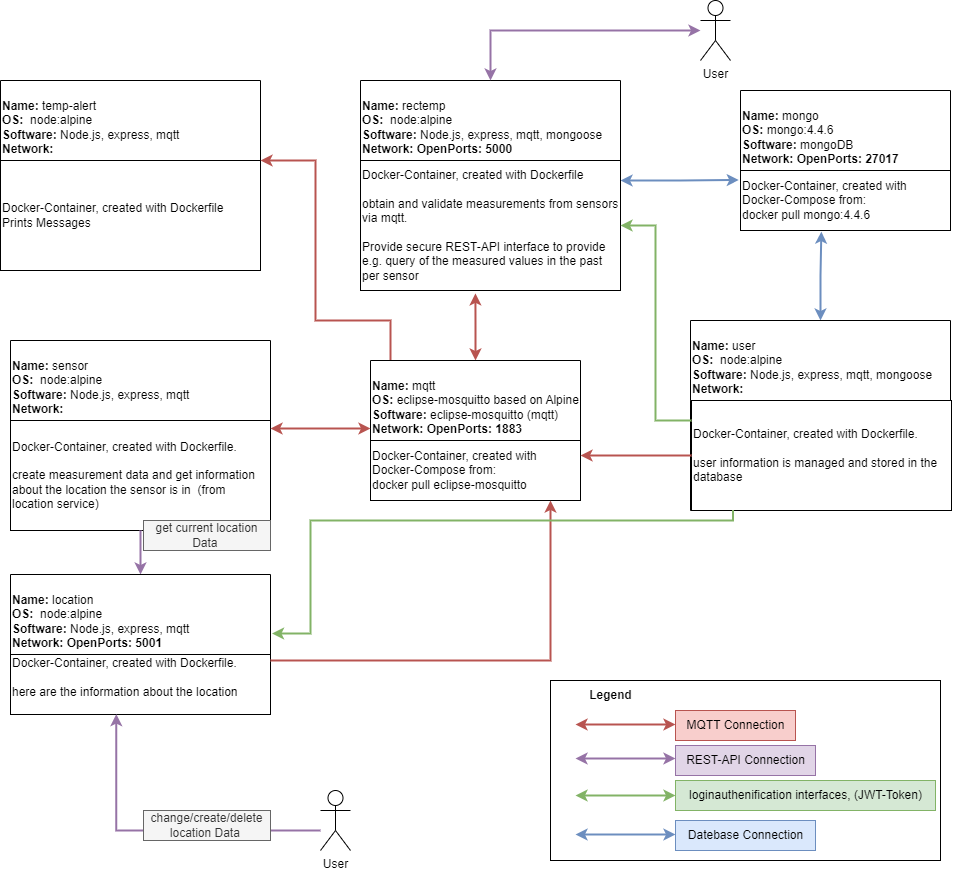
This is ABGABE/deployment-model.png from tomisboy/dhbw-microservices, a draw.io export, as it was before one commit. Source tidied: cells renumbered, new cells last; positions are measured from the earlier drawing's top-left corner, leaving out a move shared by most shapes.
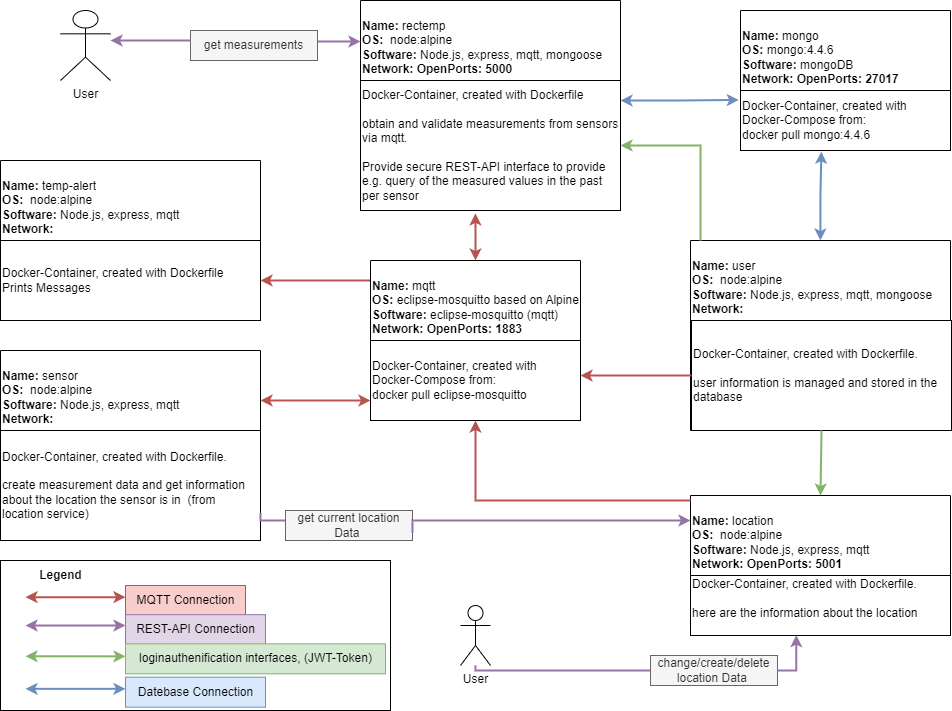
After the change.

Change to the diagram source:
```diff
@@ -14,3 +14,3 @@
     <mxCell id="5" value="&lt;br&gt;Name:&lt;span style=&quot;font-weight: normal;&quot;&gt;&#9;&lt;span style=&quot;&quot;&gt;&#9;&lt;/span&gt;&lt;/span&gt;&lt;span style=&quot;font-weight: normal;&quot;&gt;sensor&lt;/span&gt;&lt;br&gt;&lt;span style=&quot;text-align: center;&quot;&gt;OS:&lt;/span&gt;&lt;span style=&quot;text-align: center;&quot;&gt;&amp;nbsp;&lt;span style=&quot;font-weight: 400;&quot;&gt;&#9;&lt;span style=&quot;&quot;&gt;&#9;&lt;/span&gt;&lt;/span&gt;&lt;span style=&quot;font-weight: 400;&quot;&gt;&#9;&lt;/span&gt;&lt;span style=&quot;font-weight: 400;&quot;&gt;node:alpine&lt;/span&gt;&lt;br&gt;&lt;/span&gt;Software:&lt;span style=&quot;&quot;&gt;&#9;&lt;/span&gt;&lt;span style=&quot;font-weight: normal;&quot;&gt;Node.js, express, mqtt&amp;nbsp;&lt;br&gt;&lt;/span&gt;Network:&lt;span style=&quot;&quot;&gt;&#9;&lt;/span&gt;" style="swimlane;whiteSpace=wrap;html=1;startSize=80;align=left;" parent="1" vertex="1">
-      <mxGeometry x="10" y="340" width="260" height="190" as="geometry" />
+      <mxGeometry y="430" width="260" height="190" as="geometry" />
     </mxCell>
@@ -19,10 +19,11 @@
     </mxCell>
-    <mxCell id="7" value="get current location Data&amp;nbsp;" style="text;html=1;strokeColor=#666666;fillColor=#f5f5f5;align=center;verticalAlign=middle;whiteSpace=wrap;rounded=0;fontColor=#333333;" parent="5" vertex="1">
-      <mxGeometry x="133" y="180" width="127" height="30" as="geometry" />
-    </mxCell>
-    <mxCell id="8" style="edgeStyle=orthogonalEdgeStyle;rounded=0;jettySize=auto;html=1;entryX=0.5;entryY=1;entryDx=0;entryDy=0;startArrow=classic;startFill=1;endArrow=none;endFill=0;strokeWidth=2;fillColor=#e1d5e7;strokeColor=#9673a6;" parent="1" edge="1" source="9" target="6">
-      <mxGeometry relative="1" as="geometry" />
+    <mxCell id="8" style="edgeStyle=orthogonalEdgeStyle;rounded=0;jettySize=auto;html=1;entryX=1;entryY=0.75;entryDx=0;entryDy=0;startArrow=none;startFill=1;endArrow=none;endFill=0;strokeWidth=2;fillColor=#e1d5e7;strokeColor=#9673a6;" parent="1" edge="1" source="7" target="6">
+      <mxGeometry relative="1" as="geometry">
+        <Array as="points">
+          <mxPoint x="260" y="600" />
+        </Array>
+      </mxGeometry>
     </mxCell>
     <mxCell id="9" value="&lt;br&gt;Name:&lt;span style=&quot;font-weight: normal;&quot;&gt;&#9;&lt;span style=&quot;&quot;&gt;&#9;&lt;/span&gt;&lt;/span&gt;&lt;span style=&quot;font-weight: normal;&quot;&gt;location&lt;/span&gt;&lt;br&gt;&lt;span style=&quot;text-align: center;&quot;&gt;OS:&lt;/span&gt;&lt;span style=&quot;text-align: center;&quot;&gt;&amp;nbsp;&lt;span style=&quot;font-weight: 400;&quot;&gt;&#9;&lt;span style=&quot;&quot;&gt;&#9;&lt;/span&gt;&lt;/span&gt;&lt;span style=&quot;font-weight: 400;&quot;&gt;&#9;&lt;/span&gt;&lt;span style=&quot;font-weight: 400;&quot;&gt;node:alpine&lt;/span&gt;&lt;br&gt;&lt;/span&gt;Software:&lt;span style=&quot;&quot;&gt;&#9;&lt;/span&gt;&lt;span style=&quot;font-weight: normal;&quot;&gt;Node.js, express, mqtt&amp;nbsp;&lt;br&gt;&lt;/span&gt;Network:&amp;nbsp;&lt;span style=&quot;&quot;&gt;&lt;/span&gt;OpenPorts: 5001" style="swimlane;whiteSpace=wrap;html=1;startSize=80;align=left;" parent="1" vertex="1">
-      <mxGeometry x="10" y="574" width="260" height="140" as="geometry" />
+      <mxGeometry x="690" y="575" width="260" height="140" as="geometry" />
     </mxCell>
@@ -41,12 +42,12 @@
     <mxCell id="14" value="&lt;br&gt;Name:&lt;span style=&quot;font-weight: normal;&quot;&gt;&#9;&lt;span style=&quot;&quot;&gt;&#9;&lt;/span&gt;&lt;/span&gt;&lt;span style=&quot;font-weight: normal;&quot;&gt;temp-alert&lt;/span&gt;&lt;br&gt;&lt;span style=&quot;text-align: center;&quot;&gt;OS:&lt;/span&gt;&lt;span style=&quot;text-align: center;&quot;&gt;&amp;nbsp;&lt;span style=&quot;font-weight: 400;&quot;&gt;&#9;&lt;span style=&quot;&quot;&gt;&#9;&lt;/span&gt;&lt;/span&gt;&lt;span style=&quot;font-weight: 400;&quot;&gt;&#9;&lt;/span&gt;&lt;span style=&quot;font-weight: 400;&quot;&gt;node:alpine&lt;/span&gt;&lt;br&gt;&lt;/span&gt;Software:&lt;span style=&quot;&quot;&gt;&#9;&lt;/span&gt;&lt;span style=&quot;font-weight: normal;&quot;&gt;Node.js, express, mqtt&lt;br&gt;&lt;/span&gt;Network:&lt;span style=&quot;&quot;&gt;&#9;&lt;/span&gt;" style="swimlane;whiteSpace=wrap;html=1;startSize=80;align=left;" parent="1" vertex="1">
-      <mxGeometry y="80" width="260" height="190" as="geometry" />
+      <mxGeometry y="240" width="260" height="160" as="geometry" />
     </mxCell>
     <mxCell id="15" value="Docker-Container, created with Dockerfile&lt;br&gt;Prints Messages" style="rounded=0;whiteSpace=wrap;html=1;align=left;" parent="14" vertex="1">
-      <mxGeometry y="80" width="260" height="110" as="geometry" />
+      <mxGeometry y="80" width="260" height="80" as="geometry" />
     </mxCell>
-    <mxCell id="16" style="edgeStyle=orthogonalEdgeStyle;rounded=0;jettySize=auto;html=1;entryX=1;entryY=0.5;entryDx=0;entryDy=0;strokeWidth=2;fillColor=#d5e8d4;strokeColor=#82b366;" parent="1" edge="1" source="13" target="4">
+    <mxCell id="16" style="edgeStyle=orthogonalEdgeStyle;rounded=0;jettySize=auto;html=1;entryX=1;entryY=0.5;entryDx=0;entryDy=0;strokeWidth=2;fillColor=#d5e8d4;strokeColor=#82b366;" parent="1" edge="1" target="4">
       <mxGeometry relative="1" as="geometry">
+        <mxPoint x="700" y="320" as="sourcePoint" />
         <Array as="points">
-          <mxPoint x="655" y="420" />
-          <mxPoint x="655" y="225" />
+          <mxPoint x="700" y="225" />
         </Array>
@@ -54,8 +55,7 @@
     </mxCell>
-    <mxCell id="17" style="edgeStyle=orthogonalEdgeStyle;rounded=0;jettySize=auto;html=1;entryX=1;entryY=0;entryDx=0;entryDy=0;strokeWidth=2;startArrow=none;startFill=0;endArrow=classic;endFill=1;fillColor=#f8cecc;strokeColor=#b85450;" parent="1" edge="1" source="19" target="15">
+    <mxCell id="17" style="edgeStyle=orthogonalEdgeStyle;rounded=0;jettySize=auto;html=1;strokeWidth=2;startArrow=none;startFill=0;endArrow=classic;endFill=1;fillColor=#f8cecc;strokeColor=#b85450;" parent="1" edge="1" source="19">
       <mxGeometry relative="1" as="geometry">
+        <mxPoint x="260" y="360" as="targetPoint" />
         <Array as="points">
-          <mxPoint x="390" y="320" />
-          <mxPoint x="315" y="320" />
-          <mxPoint x="315" y="160" />
+          <mxPoint x="260" y="360" />
         </Array>
@@ -67,6 +67,6 @@
     <mxCell id="19" value="&lt;br&gt;Name:&lt;span style=&quot;font-weight: normal;&quot;&gt;&#9;&lt;span style=&quot;&quot;&gt;&#9;&lt;/span&gt;&lt;/span&gt;&lt;span style=&quot;font-weight: normal;&quot;&gt;mqtt&lt;/span&gt;&lt;br&gt;&lt;span style=&quot;text-align: center;&quot;&gt;OS:&lt;/span&gt;&lt;span style=&quot;text-align: center;&quot;&gt;&amp;nbsp;&lt;span style=&quot;font-weight: 400;&quot;&gt;eclipse-mosquitto based on Alpine&lt;/span&gt;&lt;br&gt;&lt;/span&gt;Software:&amp;nbsp;&lt;span style=&quot;font-weight: 400; text-align: center;&quot;&gt;eclipse-mosquitto (mqtt)&lt;/span&gt;&lt;span style=&quot;font-weight: normal;&quot;&gt;&lt;br&gt;&lt;/span&gt;Network: OpenPorts: 1883&lt;span style=&quot;&quot;&gt;&lt;/span&gt;" style="swimlane;whiteSpace=wrap;html=1;startSize=80;align=left;" parent="1" vertex="1">
-      <mxGeometry x="370" y="360" width="210" height="135" as="geometry" />
+      <mxGeometry x="370" y="340" width="210" height="160" as="geometry" />
     </mxCell>
     <mxCell id="20" value="Docker-Container, created with Docker-Compose from:&lt;br&gt;docker pull eclipse-mosquitto&lt;br&gt;" style="rounded=0;whiteSpace=wrap;html=1;align=left;" parent="19" vertex="1">
-      <mxGeometry y="80" width="210" height="60" as="geometry" />
+      <mxGeometry y="80" width="210" height="80" as="geometry" />
     </mxCell>
@@ -78,6 +78,6 @@
     </mxCell>
-    <mxCell id="23" style="edgeStyle=orthogonalEdgeStyle;rounded=0;jettySize=auto;html=1;strokeWidth=2;fillColor=#f8cecc;strokeColor=#b85450;" parent="1" edge="1" source="10" target="20">
+    <mxCell id="23" style="edgeStyle=orthogonalEdgeStyle;rounded=0;jettySize=auto;html=1;strokeWidth=2;fillColor=#f8cecc;strokeColor=#b85450;entryX=0.5;entryY=1;entryDx=0;entryDy=0;" parent="1" edge="1" source="9" target="20">
       <mxGeometry relative="1" as="geometry">
         <Array as="points">
-          <mxPoint x="550" y="660" />
+          <mxPoint x="475" y="580" />
         </Array>
@@ -85,7 +85,7 @@
     </mxCell>
-    <mxCell id="24" style="edgeStyle=orthogonalEdgeStyle;rounded=0;jettySize=auto;html=1;startArrow=classic;startFill=1;strokeWidth=2;fillColor=#f8cecc;strokeColor=#b85450;" parent="1" edge="1" source="6" target="19">
+    <mxCell id="24" style="edgeStyle=orthogonalEdgeStyle;rounded=0;jettySize=auto;html=1;startArrow=classic;startFill=1;strokeWidth=2;fillColor=#f8cecc;strokeColor=#b85450;" parent="1" edge="1" target="19">
       <mxGeometry relative="1" as="geometry">
+        <mxPoint x="260" y="480" as="sourcePoint" />
         <Array as="points">
-          <mxPoint x="300" y="428" />
-          <mxPoint x="300" y="428" />
+          <mxPoint x="260" y="480" />
         </Array>
@@ -98,9 +98,40 @@
     </mxCell>
+    <mxCell id="28" style="edgeStyle=orthogonalEdgeStyle;rounded=0;jettySize=auto;html=1;entryX=0;entryY=0.205;entryDx=0;entryDy=0;strokeWidth=2;startArrow=none;startFill=1;endArrow=classic;endFill=1;fillColor=#e1d5e7;strokeColor=#9673a6;entryPerimeter=0;" parent="1" edge="1" source="46" target="3">
+      <mxGeometry relative="1" as="geometry">
+        <Array as="points">
+          <mxPoint x="250" y="121" />
+          <mxPoint x="250" y="121" />
+        </Array>
+      </mxGeometry>
+    </mxCell>
+    <mxCell id="29" value="User" style="shape=umlActor;verticalLabelPosition=bottom;verticalAlign=top;html=1;outlineConnect=0;" parent="1" vertex="1">
+      <mxGeometry x="60" y="90" width="50" height="70" as="geometry" />
+    </mxCell>
+    <mxCell id="32" value="User" style="shape=umlActor;verticalLabelPosition=bottom;verticalAlign=top;html=1;outlineConnect=0;" parent="1" vertex="1">
+      <mxGeometry x="460" y="685" width="30" height="60" as="geometry" />
+    </mxCell>
+    <mxCell id="33" style="edgeStyle=orthogonalEdgeStyle;rounded=0;jettySize=auto;html=1;startArrow=none;startFill=1;endArrow=none;endFill=0;strokeWidth=2;fillColor=#e1d5e7;strokeColor=#9673a6;exitX=0.407;exitY=0.994;exitDx=0;exitDy=0;exitPerimeter=0;" parent="1" edge="1" source="42" target="32">
+      <mxGeometry relative="1" as="geometry">
+        <Array as="points">
+          <mxPoint x="702" y="750" />
+        </Array>
+      </mxGeometry>
+    </mxCell>
+    <mxCell id="35" style="edgeStyle=orthogonalEdgeStyle;rounded=0;jettySize=auto;html=1;entryX=0.5;entryY=0;entryDx=0;entryDy=0;strokeWidth=2;fillColor=#d5e8d4;strokeColor=#82b366;exitX=0.5;exitY=1;exitDx=0;exitDy=0;" parent="1" edge="1" source="13" target="9">
+      <mxGeometry relative="1" as="geometry">
+        <Array as="points">
+          <mxPoint x="820" y="510" />
+        </Array>
+      </mxGeometry>
+    </mxCell>
+    <mxCell id="43" style="group;" parent="1" vertex="1">
+      <mxGeometry y="640" width="390" height="150" as="geometry" />
+    </mxCell>
-    <mxCell id="26" style="edgeStyle=orthogonalEdgeStyle;rounded=0;orthogonalLoop=1;jettySize=auto;html=1;startArrow=classic;startFill=1;strokeWidth=2;fillColor=#f8cecc;strokeColor=#b85450;" parent="1" edge="1">
+    <mxCell id="26" style="edgeStyle=orthogonalEdgeStyle;rounded=0;orthogonalLoop=1;jettySize=auto;html=1;startArrow=classic;startFill=1;strokeWidth=2;fillColor=#f8cecc;strokeColor=#b85450;" parent="43" edge="1">
       <mxGeometry relative="1" as="geometry">
-        <mxPoint x="575" y="724" as="sourcePoint" />
-        <mxPoint x="675" y="724" as="targetPoint" />
+        <mxPoint x="25" y="36.7" as="sourcePoint" />
+        <mxPoint x="125" y="36.7" as="targetPoint" />
         <Array as="points">
-          <mxPoint x="605" y="724" />
-          <mxPoint x="605" y="724" />
+          <mxPoint x="55" y="36.7" />
+          <mxPoint x="55" y="36.7" />
         </Array>
@@ -108,17 +139,11 @@
     </mxCell>
-    <mxCell id="27" value="MQTT Connection" style="text;html=1;align=center;verticalAlign=middle;strokeColor=#b85450;fillColor=#f8cecc;" parent="1" vertex="1">
-      <mxGeometry x="675" y="710" width="120" height="30" as="geometry" />
+    <mxCell id="27" value="MQTT Connection" style="text;html=1;align=center;verticalAlign=middle;strokeColor=#b85450;fillColor=#f8cecc;" parent="43" vertex="1">
+      <mxGeometry x="125" y="25" width="120" height="30" as="geometry" />
     </mxCell>
-    <mxCell id="28" style="edgeStyle=orthogonalEdgeStyle;rounded=0;jettySize=auto;html=1;entryX=0.5;entryY=0;entryDx=0;entryDy=0;strokeWidth=2;startArrow=classic;startFill=1;endArrow=classic;endFill=1;fillColor=#e1d5e7;strokeColor=#9673a6;" parent="1" edge="1" source="29" target="3">
-      <mxGeometry relative="1" as="geometry" />
-    </mxCell>
-    <mxCell id="29" value="User" style="shape=umlActor;verticalLabelPosition=bottom;verticalAlign=top;html=1;outlineConnect=0;" parent="1" vertex="1">
-      <mxGeometry x="700" width="30" height="60" as="geometry" />
-    </mxCell>
-    <mxCell id="30" style="edgeStyle=orthogonalEdgeStyle;rounded=0;orthogonalLoop=1;jettySize=auto;html=1;strokeWidth=2;startArrow=classic;startFill=1;endArrow=classic;endFill=1;fillColor=#e1d5e7;strokeColor=#9673a6;" parent="1" edge="1">
+    <mxCell id="30" style="edgeStyle=orthogonalEdgeStyle;rounded=0;orthogonalLoop=1;jettySize=auto;html=1;strokeWidth=2;startArrow=classic;startFill=1;endArrow=classic;endFill=1;fillColor=#e1d5e7;strokeColor=#9673a6;" parent="43" edge="1">
       <mxGeometry relative="1" as="geometry">
-        <mxPoint x="675" y="758" as="sourcePoint" />
-        <mxPoint x="575" y="758" as="targetPoint" />
+        <mxPoint x="125" y="65" as="sourcePoint" />
+        <mxPoint x="25" y="65" as="targetPoint" />
         <Array as="points">
-          <mxPoint x="575" y="758" />
+          <mxPoint x="25" y="65" />
         </Array>
@@ -126,34 +151,11 @@
     </mxCell>
-    <mxCell id="31" value="REST-API Connection" style="text;html=1;align=center;verticalAlign=middle;strokeColor=#9673a6;fillColor=#e1d5e7;" parent="1" vertex="1">
-      <mxGeometry x="675" y="745" width="140" height="30" as="geometry" />
+    <mxCell id="31" value="REST-API Connection" style="text;html=1;align=center;verticalAlign=middle;strokeColor=#9673a6;fillColor=#e1d5e7;" parent="43" vertex="1">
+      <mxGeometry x="125" y="54.2" width="140" height="30" as="geometry" />
     </mxCell>
-    <mxCell id="32" value="User" style="shape=umlActor;verticalLabelPosition=bottom;verticalAlign=top;html=1;outlineConnect=0;" parent="1" vertex="1">
-      <mxGeometry x="320" y="790" width="30" height="60" as="geometry" />
-    </mxCell>
-    <mxCell id="33" style="edgeStyle=orthogonalEdgeStyle;rounded=0;jettySize=auto;html=1;startArrow=classic;startFill=1;endArrow=none;endFill=0;strokeWidth=2;fillColor=#e1d5e7;strokeColor=#9673a6;exitX=0.407;exitY=0.994;exitDx=0;exitDy=0;exitPerimeter=0;" parent="1" edge="1" source="10" target="32">
-      <mxGeometry relative="1" as="geometry">
-        <Array as="points">
-          <mxPoint x="116" y="830" />
-        </Array>
-      </mxGeometry>
-    </mxCell>
-    <mxCell id="34" value="Text" style="edgeLabel;html=1;align=center;verticalAlign=middle;" parent="33" vertex="1">
-      <mxGeometry x="0.17" relative="1" as="geometry" />
-    </mxCell>
-    <mxCell id="35" style="edgeStyle=orthogonalEdgeStyle;rounded=0;jettySize=auto;html=1;entryX=1.006;entryY=0.424;entryDx=0;entryDy=0;strokeWidth=2;fillColor=#d5e8d4;strokeColor=#82b366;entryPerimeter=0;exitX=0.16;exitY=0.995;exitDx=0;exitDy=0;exitPerimeter=0;" parent="1" edge="1" source="13" target="9">
-      <mxGeometry relative="1" as="geometry">
-        <Array as="points">
-          <mxPoint x="733" y="520" />
-          <mxPoint x="310" y="520" />
-          <mxPoint x="310" y="633" />
-          <mxPoint x="272" y="633" />
-        </Array>
-      </mxGeometry>
-    </mxCell>
-    <mxCell id="36" style="edgeStyle=orthogonalEdgeStyle;rounded=0;orthogonalLoop=1;jettySize=auto;html=1;strokeWidth=2;startArrow=classic;startFill=1;endArrow=classic;endFill=1;fillColor=#d5e8d4;strokeColor=#82b366;" parent="1" edge="1">
+    <mxCell id="36" style="edgeStyle=orthogonalEdgeStyle;rounded=0;orthogonalLoop=1;jettySize=auto;html=1;strokeWidth=2;startArrow=classic;startFill=1;endArrow=classic;endFill=1;fillColor=#d5e8d4;strokeColor=#82b366;" parent="43" edge="1">
       <mxGeometry relative="1" as="geometry">
-        <mxPoint x="675" y="795" as="sourcePoint" />
-        <mxPoint x="575" y="795" as="targetPoint" />
+        <mxPoint x="125" y="95.8" as="sourcePoint" />
+        <mxPoint x="25" y="95.8" as="targetPoint" />
         <Array as="points">
-          <mxPoint x="575" y="795" />
+          <mxPoint x="25" y="95.8" />
         </Array>
@@ -161,23 +163,51 @@
     </mxCell>
-    <mxCell id="37" value="loginauthenification interfaces, (JWT-Token)" style="text;html=1;align=center;verticalAlign=middle;strokeColor=#82b366;fillColor=#d5e8d4;" parent="1" vertex="1">
-      <mxGeometry x="675" y="780" width="260" height="30" as="geometry" />
+    <mxCell id="37" value="loginauthenification interfaces, (JWT-Token)" style="text;html=1;align=center;verticalAlign=middle;strokeColor=#82b366;fillColor=#d5e8d4;" parent="43" vertex="1">
+      <mxGeometry x="125" y="83.3" width="260" height="30" as="geometry" />
     </mxCell>
-    <mxCell id="38" style="edgeStyle=orthogonalEdgeStyle;rounded=0;orthogonalLoop=1;jettySize=auto;html=1;strokeWidth=2;startArrow=classic;startFill=1;endArrow=classic;endFill=1;fillColor=#dae8fc;strokeColor=#6c8ebf;" parent="1" edge="1">
+    <mxCell id="38" style="edgeStyle=orthogonalEdgeStyle;rounded=0;orthogonalLoop=1;jettySize=auto;html=1;strokeWidth=2;startArrow=classic;startFill=1;endArrow=classic;endFill=1;fillColor=#dae8fc;strokeColor=#6c8ebf;" parent="43" edge="1">
       <mxGeometry relative="1" as="geometry">
-        <mxPoint x="575" y="834" as="sourcePoint" />
-        <mxPoint x="675" y="834" as="targetPoint" />
+        <mxPoint x="25" y="128.3" as="sourcePoint" />
+        <mxPoint x="125" y="128.3" as="targetPoint" />
       </mxGeometry>
     </mxCell>
-    <mxCell id="39" value="Datebase Connection" style="text;html=1;align=center;verticalAlign=middle;strokeColor=#6c8ebf;fillColor=#dae8fc;" parent="1" vertex="1">
-      <mxGeometry x="675" y="820" width="140" height="30" as="geometry" />
+    <mxCell id="39" value="Datebase Connection" style="text;html=1;align=center;verticalAlign=middle;strokeColor=#6c8ebf;fillColor=#dae8fc;" parent="43" vertex="1">
+      <mxGeometry x="125" y="116.7" width="140" height="30" as="geometry" />
     </mxCell>
-    <mxCell id="40" style="rounded=0;whiteSpace=wrap;html=1;gradientColor=none;fillColor=none;" parent="1" vertex="1">
-      <mxGeometry x="550" y="680" width="390" height="180" as="geometry" />
+    <mxCell id="40" style="rounded=0;whiteSpace=wrap;html=1;gradientColor=none;fillColor=none;" parent="43" vertex="1">
+      <mxGeometry width="390" height="150" as="geometry" />
     </mxCell>
-    <mxCell id="41" value="&lt;b&gt;Legend&lt;/b&gt;" style="text;html=1;align=center;verticalAlign=middle;strokeColor=none;fillColor=none;" parent="1" vertex="1">
-      <mxGeometry x="575" y="680" width="70" height="30" as="geometry" />
+    <mxCell id="41" value="&lt;b&gt;Legend&lt;/b&gt;" style="text;html=1;align=center;verticalAlign=middle;strokeColor=none;fillColor=none;" parent="43" vertex="1">
+      <mxGeometry x="25" width="70" height="30" as="geometry" />
     </mxCell>
     <mxCell id="42" value="change/create/delete&lt;br&gt;location Data&amp;nbsp;" style="text;html=1;strokeColor=#666666;fillColor=#f5f5f5;align=center;verticalAlign=middle;whiteSpace=wrap;rounded=0;fontColor=#333333;" parent="1" vertex="1">
-      <mxGeometry x="143" y="810" width="127" height="30" as="geometry" />
+      <mxGeometry x="650" y="735" width="127" height="30" as="geometry" />
     </mxCell>
+    <mxCell id="44" style="edgeStyle=orthogonalEdgeStyle;rounded=0;jettySize=auto;html=1;startArrow=classic;startFill=1;endArrow=none;endFill=0;strokeWidth=2;fillColor=#e1d5e7;strokeColor=#9673a6;exitX=0.407;exitY=0.994;exitDx=0;exitDy=0;exitPerimeter=0;" parent="1" edge="1" source="10" target="42">
+      <mxGeometry relative="1" as="geometry">
+        <Array as="points">
+          <mxPoint x="796" y="750" />
+        </Array>
+      </mxGeometry>
+    </mxCell>
+    <mxCell id="7" value="get current location Data&amp;nbsp;" style="text;html=1;strokeColor=#666666;fillColor=#f5f5f5;align=center;verticalAlign=middle;whiteSpace=wrap;rounded=0;fontColor=#333333;" parent="1" vertex="1">
+      <mxGeometry x="285" y="590" width="127" height="30" as="geometry" />
+    </mxCell>
+    <mxCell id="45" style="edgeStyle=orthogonalEdgeStyle;rounded=0;jettySize=auto;html=1;entryX=1;entryY=0.75;entryDx=0;entryDy=0;startArrow=classic;startFill=1;endArrow=none;endFill=0;strokeWidth=2;fillColor=#e1d5e7;strokeColor=#9673a6;" parent="1" edge="1" source="9" target="7">
+      <mxGeometry relative="1" as="geometry">
+        <Array as="points">
+          <mxPoint x="412" y="600" />
+        </Array>
+      </mxGeometry>
+    </mxCell>
+    <mxCell id="46" value="get measurements" style="text;html=1;strokeColor=#666666;fillColor=#f5f5f5;align=center;verticalAlign=middle;whiteSpace=wrap;rounded=0;fontColor=#333333;" parent="1" vertex="1">
+      <mxGeometry x="190" y="110" width="127" height="30" as="geometry" />
+    </mxCell>
+    <mxCell id="47" style="edgeStyle=orthogonalEdgeStyle;rounded=0;jettySize=auto;html=1;strokeWidth=2;startArrow=classic;startFill=1;endArrow=none;endFill=1;fillColor=#e1d5e7;strokeColor=#9673a6;" parent="1" edge="1" source="29">
+      <mxGeometry relative="1" as="geometry">
+        <mxPoint x="190" y="120" as="targetPoint" />
+        <Array as="points">
+          <mxPoint x="190" y="120" />
+        </Array>
+      </mxGeometry>
+    </mxCell>
   </root>
```
